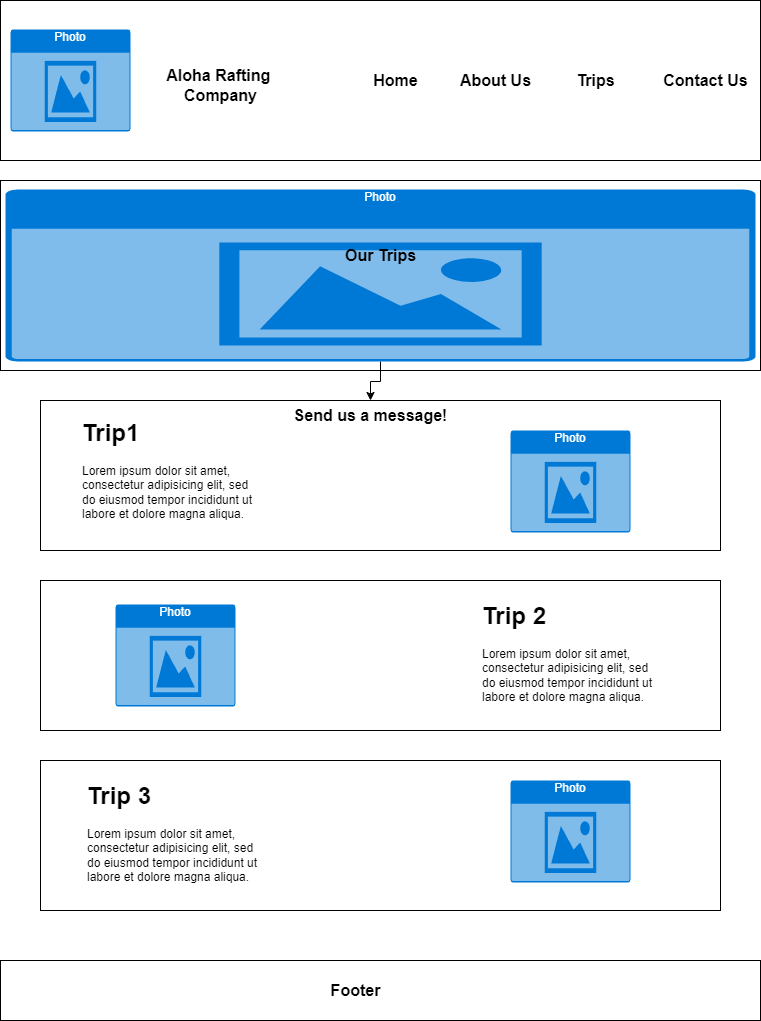
Above: wwr/images/Diagramt.png in elcapitan-g/wdd130 (draw.io), before the change. Source tidied: cells renumbered, new cells last; positions are measured from the earlier drawing's top-left corner, leaving out a move shared by most shapes.
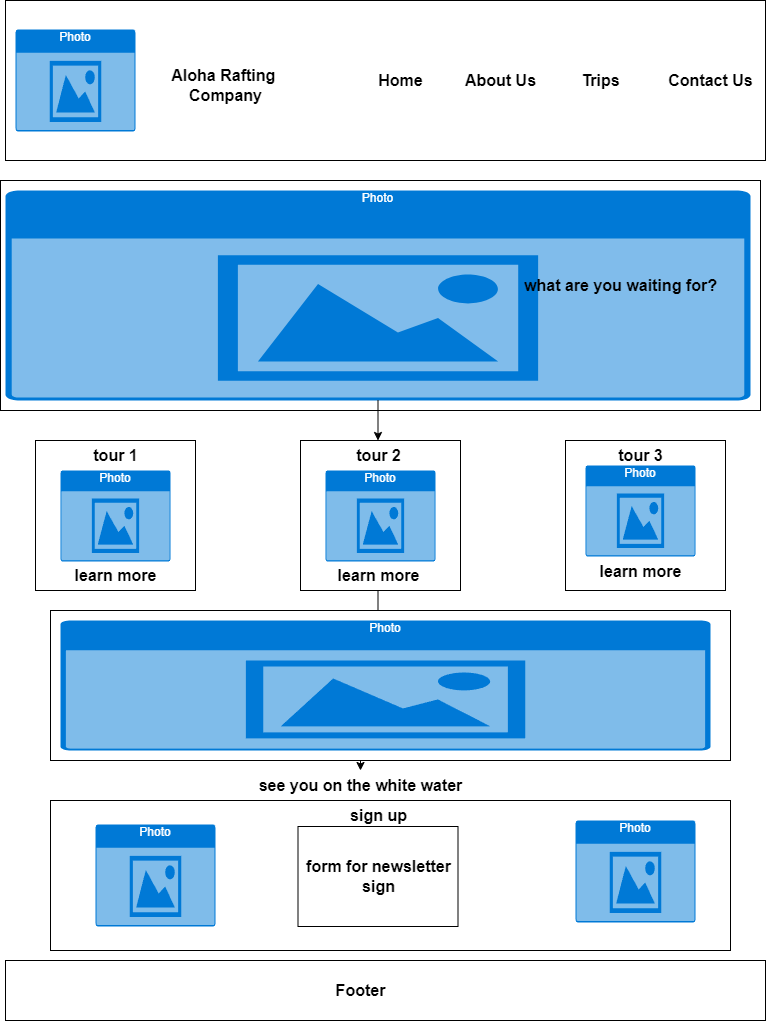
After the change.

Diff of the diagram source:
```diff
@@ -5,11 +5,16 @@
     <mxCell id="2" style="rounded=0;whiteSpace=wrap;html=1;" parent="1" vertex="1">
       <mxGeometry width="760" height="160" as="geometry" />
     </mxCell>
+    <mxCell id="27" style="edgeStyle=orthogonalEdgeStyle;rounded=0;jettySize=auto;html=1;exitX=0.5;exitY=1;exitDx=0;exitDy=0;" parent="1" edge="1" source="3">
+      <mxGeometry relative="1" as="geometry">
+        <mxPoint x="380" y="380" as="targetPoint" />
+      </mxGeometry>
+    </mxCell>
     <mxCell id="3" style="rounded=0;whiteSpace=wrap;html=1;" parent="1" vertex="1">
-      <mxGeometry y="180" width="760" height="190" as="geometry" />
+      <mxGeometry x="-5" y="180" width="760" height="230" as="geometry" />
     </mxCell>
     <mxCell id="4" style="rounded=0;whiteSpace=wrap;html=1;" parent="1" vertex="1">
-      <mxGeometry x="40" y="400" width="680" height="150" as="geometry" />
+      <mxGeometry x="30" y="440" width="160" height="150" as="geometry" />
     </mxCell>
     <mxCell id="5" style="rounded=0;whiteSpace=wrap;html=1;" parent="1" vertex="1">
       <mxGeometry y="960" width="760" height="60" as="geometry" />
@@ -27,7 +32,7 @@
       <mxGeometry x="660" y="65" width="90" height="30" as="geometry" />
     </mxCell>
     <mxCell id="10" value="Photo" style="html=1;whiteSpace=wrap;strokeColor=none;fillColor=#0079D6;labelPosition=center;verticalLabelPosition=middle;verticalAlign=top;align=center;fontSize=12;spacingTop=-6;fontColor=#FFFFFF;sketch=0;shape=mxgraph.sitemap.photo;" parent="1" vertex="1">
-      <mxGeometry x="510" y="430" width="120" height="102" as="geometry" />
+      <mxGeometry x="55" y="470" width="110" height="91" as="geometry" />
     </mxCell>
     <mxCell id="11" value="Photo" style="html=1;whiteSpace=wrap;strokeColor=none;fillColor=#0079D6;labelPosition=center;verticalLabelPosition=middle;verticalAlign=top;align=center;fontSize=12;spacingTop=-6;fontColor=#FFFFFF;sketch=0;shape=mxgraph.sitemap.photo;" parent="1" vertex="1">
       <mxGeometry x="10" y="29" width="120" height="102" as="geometry" />
@@ -38,17 +43,20 @@
     <mxCell id="13" value="Contact US" style="text;strokeColor=none;fillColor=none;html=1;fontSize=16;fontStyle=1;verticalAlign=middle;align=center;" parent="1" vertex="1">
       <mxGeometry x="610" y="310" width="140" height="70" as="geometry" />
     </mxCell>
-    <mxCell id="14" style="edgeStyle=orthogonalEdgeStyle;rounded=0;jettySize=auto;html=1;" parent="1" edge="1" source="15" target="17">
+    <mxCell id="14" style="edgeStyle=orthogonalEdgeStyle;rounded=0;jettySize=auto;html=1;" parent="1" edge="1" source="37" target="17">
       <mxGeometry relative="1" as="geometry" />
     </mxCell>
     <mxCell id="15" value="Photo" style="html=1;whiteSpace=wrap;strokeColor=none;fillColor=#0079D6;labelPosition=center;verticalLabelPosition=middle;verticalAlign=top;align=center;fontSize=12;outlineConnect=0;spacingTop=-6;fontColor=#FFFFFF;sketch=0;shape=mxgraph.sitemap.photo;" parent="1" vertex="1">
-      <mxGeometry x="5" y="189" width="750" height="172" as="geometry" />
+      <mxGeometry y="190" width="745" height="210" as="geometry" />
     </mxCell>
-    <mxCell id="16" value="Our Trips" style="text;strokeColor=none;fillColor=none;html=1;fontSize=16;fontStyle=1;verticalAlign=middle;align=center;" parent="1" vertex="1">
-      <mxGeometry x="335" y="240" width="90" height="30" as="geometry" />
+    <mxCell id="16" value="what are you waiting for?" style="text;strokeColor=none;fillColor=none;html=1;fontSize=16;fontStyle=1;verticalAlign=middle;align=center;" parent="1" vertex="1">
+      <mxGeometry x="570" y="270" width="90" height="30" as="geometry" />
     </mxCell>
+    <mxCell id="28" style="edgeStyle=orthogonalEdgeStyle;rounded=0;jettySize=auto;html=1;" parent="1" edge="1" source="17" target="22">
+      <mxGeometry relative="1" as="geometry" />
+    </mxCell>
-    <mxCell id="17" value="Send us a message!" style="text;strokeColor=none;fillColor=none;html=1;fontSize=16;fontStyle=1;verticalAlign=middle;align=center;" parent="1" vertex="1">
-      <mxGeometry x="325" y="400" width="90" height="30" as="geometry" />
+    <mxCell id="17" value="see you on the white water" style="text;strokeColor=none;fillColor=none;html=1;fontSize=16;fontStyle=1;verticalAlign=middle;align=center;" parent="1" vertex="1">
+      <mxGeometry x="310" y="770" width="90" height="30" as="geometry" />
     </mxCell>
     <mxCell id="18" value="Footer" style="text;strokeColor=none;fillColor=none;html=1;fontSize=16;fontStyle=1;verticalAlign=middle;align=center;" parent="1" vertex="1">
       <mxGeometry x="310" y="975" width="90" height="30" as="geometry" />
@@ -57,25 +65,61 @@
       <mxGeometry relative="1" as="geometry" />
     </mxCell>
     <mxCell id="20" style="rounded=0;whiteSpace=wrap;html=1;" parent="1" vertex="1">
-      <mxGeometry x="40" y="580" width="680" height="150" as="geometry" />
+      <mxGeometry x="45" y="610" width="680" height="150" as="geometry" />
     </mxCell>
     <mxCell id="21" value="Photo" style="html=1;whiteSpace=wrap;strokeColor=none;fillColor=#0079D6;labelPosition=center;verticalLabelPosition=middle;verticalAlign=top;align=center;fontSize=12;spacingTop=-6;fontColor=#FFFFFF;sketch=0;shape=mxgraph.sitemap.photo;" parent="1" vertex="1">
-      <mxGeometry x="115" y="604" width="120" height="102" as="geometry" />
+      <mxGeometry x="55" y="620" width="650" height="130" as="geometry" />
     </mxCell>
     <mxCell id="22" style="rounded=0;whiteSpace=wrap;html=1;" parent="1" vertex="1">
-      <mxGeometry x="40" y="760" width="680" height="150" as="geometry" />
+      <mxGeometry x="45" y="800" width="680" height="150" as="geometry" />
     </mxCell>
     <mxCell id="23" value="Photo" style="html=1;whiteSpace=wrap;strokeColor=none;fillColor=#0079D6;labelPosition=center;verticalLabelPosition=middle;verticalAlign=top;align=center;fontSize=12;spacingTop=-6;fontColor=#FFFFFF;sketch=0;shape=mxgraph.sitemap.photo;" parent="1" vertex="1">
-      <mxGeometry x="510" y="780" width="120" height="102" as="geometry" />
+      <mxGeometry x="90" y="824" width="120" height="102" as="geometry" />
     </mxCell>
-    <mxCell id="24" value="&lt;h1 style=&quot;margin-top: 0px;&quot;&gt;Trip 2&lt;/h1&gt;&lt;p&gt;Lorem ipsum dolor sit amet, consectetur adipisicing elit, sed do eiusmod tempor incididunt ut labore et dolore magna aliqua.&lt;/p&gt;" style="text;html=1;whiteSpace=wrap;overflow=hidden;rounded=0;" parent="1" vertex="1">
-      <mxGeometry x="480" y="595" width="180" height="120" as="geometry" />
-    </mxCell>
-    <mxCell id="25" value="&lt;h1 style=&quot;margin-top: 0px;&quot;&gt;Trip 3&lt;/h1&gt;&lt;p&gt;Lorem ipsum dolor sit amet, consectetur adipisicing elit, sed do eiusmod tempor incididunt ut labore et dolore magna aliqua.&lt;/p&gt;" style="text;html=1;whiteSpace=wrap;overflow=hidden;rounded=0;" parent="1" vertex="1">
-      <mxGeometry x="85" y="775" width="180" height="120" as="geometry" />
-    </mxCell>
-    <mxCell id="26" value="&lt;h1 style=&quot;margin-top: 0px;&quot;&gt;Trip1&lt;/h1&gt;&lt;p&gt;Lorem ipsum dolor sit amet, consectetur adipisicing elit, sed do eiusmod tempor incididunt ut labore et dolore magna aliqua.&lt;/p&gt;" style="text;html=1;whiteSpace=wrap;overflow=hidden;rounded=0;" parent="1" vertex="1">
-      <mxGeometry x="80" y="412" width="180" height="120" as="geometry" />
-    </mxCell>
+    <mxCell id="29" style="rounded=0;whiteSpace=wrap;html=1;" parent="1" vertex="1">
+      <mxGeometry x="295" y="440" width="160" height="150" as="geometry" />
+    </mxCell>
+    <mxCell id="30" style="rounded=0;whiteSpace=wrap;html=1;" parent="1" vertex="1">
+      <mxGeometry x="560" y="440" width="160" height="150" as="geometry" />
+    </mxCell>
+    <mxCell id="31" value="Photo" style="html=1;whiteSpace=wrap;strokeColor=none;fillColor=#0079D6;labelPosition=center;verticalLabelPosition=middle;verticalAlign=top;align=center;fontSize=12;spacingTop=-6;fontColor=#FFFFFF;sketch=0;shape=mxgraph.sitemap.photo;" parent="1" vertex="1">
+      <mxGeometry x="570" y="820" width="120" height="102" as="geometry" />
+    </mxCell>
+    <mxCell id="32" style="rounded=0;whiteSpace=wrap;html=1;" parent="1" vertex="1">
+      <mxGeometry x="292.5" y="826" width="160" height="100" as="geometry" />
+    </mxCell>
+    <mxCell id="33" value="tour 1" style="text;strokeColor=none;fillColor=none;html=1;fontSize=16;fontStyle=1;verticalAlign=middle;align=center;" parent="1" vertex="1">
+      <mxGeometry x="65" y="440" width="90" height="30" as="geometry" />
+    </mxCell>
+    <mxCell id="34" value="Photo" style="html=1;whiteSpace=wrap;strokeColor=none;fillColor=#0079D6;labelPosition=center;verticalLabelPosition=middle;verticalAlign=top;align=center;fontSize=12;spacingTop=-6;fontColor=#FFFFFF;sketch=0;shape=mxgraph.sitemap.photo;" parent="1" vertex="1">
+      <mxGeometry x="320" y="470" width="110" height="91" as="geometry" />
+    </mxCell>
+    <mxCell id="35" value="Photo" style="html=1;whiteSpace=wrap;strokeColor=none;fillColor=#0079D6;labelPosition=center;verticalLabelPosition=middle;verticalAlign=top;align=center;fontSize=12;spacingTop=-6;fontColor=#FFFFFF;sketch=0;shape=mxgraph.sitemap.photo;" parent="1" vertex="1">
+      <mxGeometry x="580" y="465" width="110" height="91" as="geometry" />
+    </mxCell>
+    <mxCell id="36" style="edgeStyle=orthogonalEdgeStyle;rounded=0;jettySize=auto;html=1;" parent="1" edge="1" source="15" target="37">
+      <mxGeometry relative="1" as="geometry" />
+    </mxCell>
+    <mxCell id="37" value="tour 2" style="text;strokeColor=none;fillColor=none;html=1;fontSize=16;fontStyle=1;verticalAlign=middle;align=center;" parent="1" vertex="1">
+      <mxGeometry x="327.5" y="440" width="90" height="30" as="geometry" />
+    </mxCell>
+    <mxCell id="38" value="tour 3" style="text;strokeColor=none;fillColor=none;html=1;fontSize=16;fontStyle=1;verticalAlign=middle;align=center;" parent="1" vertex="1">
+      <mxGeometry x="590" y="440" width="90" height="30" as="geometry" />
+    </mxCell>
+    <mxCell id="39" value="learn more" style="text;strokeColor=none;fillColor=none;html=1;fontSize=16;fontStyle=1;verticalAlign=middle;align=center;" parent="1" vertex="1">
+      <mxGeometry x="65" y="560" width="90" height="30" as="geometry" />
+    </mxCell>
+    <mxCell id="40" value="learn more" style="text;strokeColor=none;fillColor=none;html=1;fontSize=16;fontStyle=1;verticalAlign=middle;align=center;" parent="1" vertex="1">
+      <mxGeometry x="327.5" y="560" width="90" height="30" as="geometry" />
+    </mxCell>
+    <mxCell id="41" value="learn more" style="text;strokeColor=none;fillColor=none;html=1;fontSize=16;fontStyle=1;verticalAlign=middle;align=center;" parent="1" vertex="1">
+      <mxGeometry x="590" y="556" width="90" height="30" as="geometry" />
+    </mxCell>
+    <mxCell id="42" value="form for newsletter &lt;br&gt;sign" style="text;strokeColor=none;fillColor=none;html=1;fontSize=16;fontStyle=1;verticalAlign=middle;align=center;" parent="1" vertex="1">
+      <mxGeometry x="327.5" y="861" width="90" height="30" as="geometry" />
+    </mxCell>
+    <mxCell id="43" value="sign up" style="text;strokeColor=none;fillColor=none;html=1;fontSize=16;fontStyle=1;verticalAlign=middle;align=center;" parent="1" vertex="1">
+      <mxGeometry x="327.5" y="800" width="90" height="30" as="geometry" />
+    </mxCell>
   </root>
 </mxGraphModel>
```
